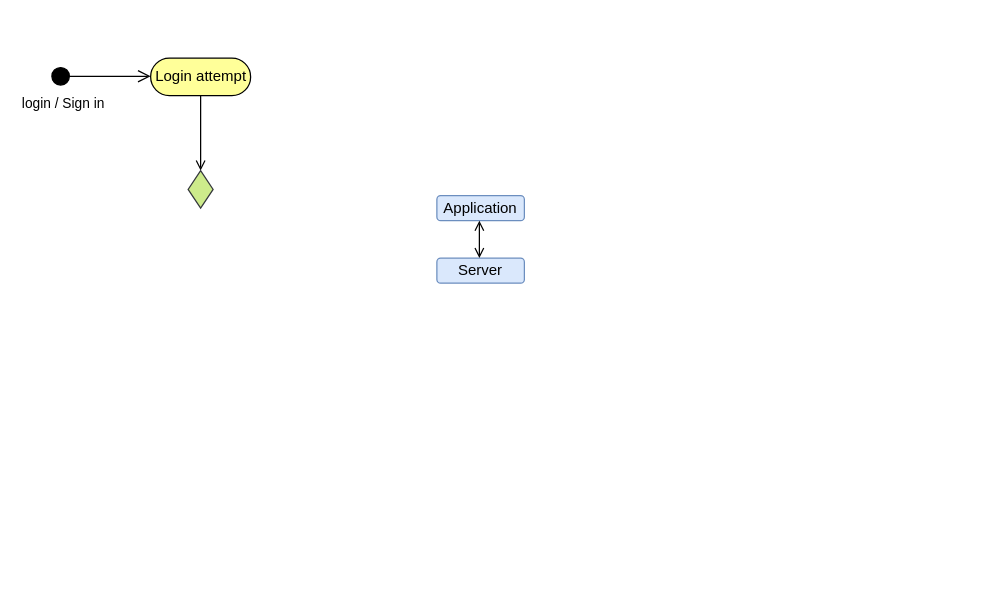
Above: test Diagram.drawio in Itaybarbar/myProject (draw.io), before the change. Source tidied: cells renumbered, new cells numbered last; positions are measured from the earlier drawing's top-left corner, leaving out a move shared by most shapes. Both pictures are drawn from the tidied source at 125%, with x=0, y=0 at pixel (50, 58).
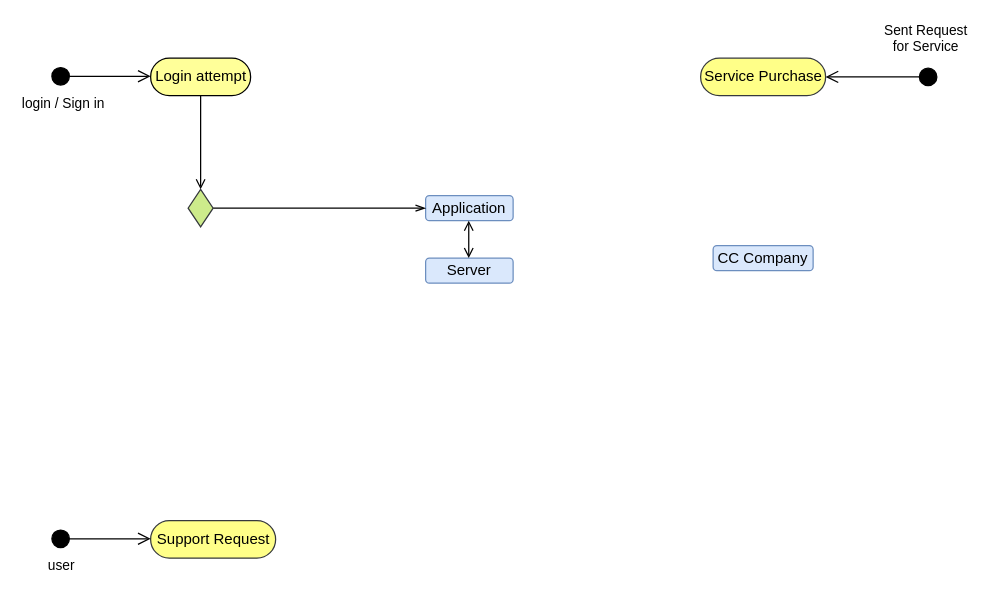
The same diagram, later.

Diff of the diagram source:
```diff
@@
 <mxGraphModel>
   <root>
     <mxCell id="0" />
     <mxCell id="1" parent="0" />
     <mxCell id="2" value="Application" style="rounded=1;whiteSpace=wrap;html=1;fillColor=#dae8fc;strokeColor=#6c8ebf;" parent="1" vertex="1">
-      <mxGeometry x="309" y="110" width="70" height="20" as="geometry" />
+      <mxGeometry x="300" y="110" width="70" height="20" as="geometry" />
     </mxCell>
     <mxCell id="3" value="Server" style="rounded=1;whiteSpace=wrap;html=1;fillColor=#dae8fc;strokeColor=#6c8ebf;" parent="1" vertex="1">
-      <mxGeometry x="309" y="160" width="70" height="20" as="geometry" />
+      <mxGeometry x="300" y="160" width="70" height="20" as="geometry" />
     </mxCell>
     <mxCell id="4" value="login / Sign in" style="html=1;verticalAlign=bottom;startArrow=circle;startFill=1;endArrow=open;startSize=6;endSize=8;rounded=0;" parent="1" edge="1">
       <mxGeometry x="-0.75" y="-30" relative="1" as="geometry">
         <mxPoint y="14.5" as="sourcePoint" />
         <mxPoint x="80" y="14.5" as="targetPoint" />
       </mxGeometry>
     </mxCell>
     <mxCell id="5" style="edgeStyle=orthogonalEdgeStyle;rounded=0;jettySize=auto;html=1;endArrow=open;endFill=0;" parent="1" edge="1" source="6" target="7">
       <mxGeometry relative="1" as="geometry" />
     </mxCell>
     <mxCell id="6" value="Login attempt" style="html=1;dashed=0;whitespace=wrap;shape=mxgraph.dfd.start;shadow=0;glass=0;labelBackgroundColor=#FFFF99;sketch=0;strokeWidth=1;fillColor=#FFFF99;" parent="1" vertex="1">
       <mxGeometry x="80" width="80" height="30" as="geometry" />
     </mxCell>
+    <mxCell id="9" style="edgeStyle=orthogonalEdgeStyle;rounded=0;jettySize=auto;html=1;exitX=1;exitY=0.5;exitDx=0;exitDy=0;entryX=0;entryY=0.5;entryDx=0;entryDy=0;endArrow=openThin;endFill=0;" parent="1" edge="1" source="7" target="2">
+      <mxGeometry relative="1" as="geometry" />
+    </mxCell>
     <mxCell id="7" style="rhombus;whiteSpace=wrap;html=1;fillColor=#cdeb8b;dashed=0;shadow=0;glass=0;labelBackgroundColor=#FFFF99;sketch=0;strokeWidth=1;strokeColor=#36393d;" parent="1" vertex="1">
-      <mxGeometry x="110" y="90" width="20" height="30" as="geometry" />
+      <mxGeometry x="110" y="105" width="20" height="30" as="geometry" />
     </mxCell>
     <mxCell id="8" style="endArrow=open;startArrow=open;endFill=0;startFill=0;html=1;rounded=0;" parent="1" edge="1">
       <mxGeometry relative="1" as="geometry">
-        <mxPoint x="343" y="130" as="sourcePoint" />
-        <mxPoint x="343" y="160" as="targetPoint" />
+        <mxPoint x="334.5" y="130" as="sourcePoint" />
+        <mxPoint x="334.5" y="160" as="targetPoint" />
       </mxGeometry>
     </mxCell>
+    <mxCell id="10" value="Service Purchase" style="html=1;dashed=0;whitespace=wrap;shape=mxgraph.dfd.start;fillColor=#ffff88;strokeColor=#36393d;" parent="1" vertex="1">
+      <mxGeometry x="520" width="100" height="30" as="geometry" />
+    </mxCell>
+    <mxCell id="11" value="Sent Request &lt;br&gt;for Service" style="html=1;verticalAlign=bottom;startArrow=circle;startFill=1;endArrow=open;startSize=6;endSize=8;rounded=0;entryX=1;entryY=0.5;entryDx=0;entryDy=0;entryPerimeter=0;" parent="1" edge="1" target="10">
+      <mxGeometry x="-0.78" y="-15" relative="1" as="geometry">
+        <mxPoint x="710" y="15" as="sourcePoint" />
+      </mxGeometry>
+    </mxCell>
+    <mxCell id="12" value="CC Company" style="rounded=1;whiteSpace=wrap;html=1;fillColor=#dae8fc;strokeColor=#6c8ebf;" parent="1" vertex="1">
+      <mxGeometry x="530" y="150" width="80" height="20" as="geometry" />
+    </mxCell>
+    <mxCell id="13" value="Support Request" style="html=1;dashed=0;whitespace=wrap;shape=mxgraph.dfd.start;fillColor=#ffff88;strokeColor=#36393d;" parent="1" vertex="1">
+      <mxGeometry x="80" y="370" width="100" height="30" as="geometry" />
+    </mxCell>
+    <mxCell id="14" value="user&amp;nbsp;" style="html=1;verticalAlign=bottom;startArrow=circle;startFill=1;endArrow=open;startSize=6;endSize=8;rounded=0;" parent="1" edge="1">
+      <mxGeometry x="-0.75" y="-30" relative="1" as="geometry">
+        <mxPoint y="384.5" as="sourcePoint" />
+        <mxPoint x="80" y="384.5" as="targetPoint" />
+      </mxGeometry>
+    </mxCell>
   </root>
 </mxGraphModel>
```
